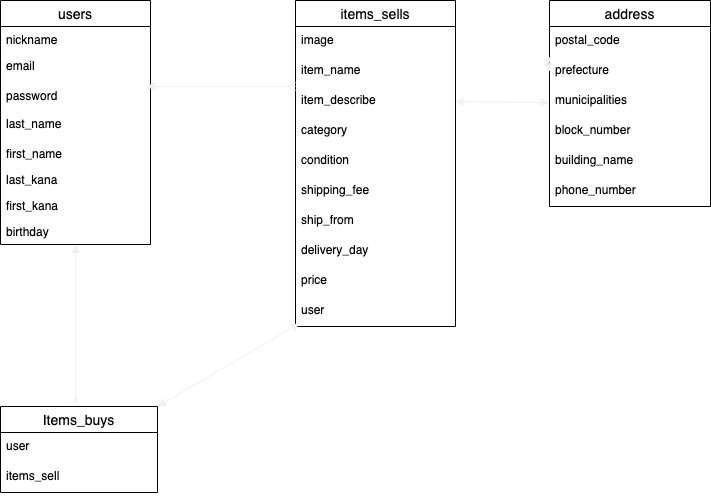
kamikazenohiro/furima-33449 keeps this draw.io diagram as ER.drawio.png. Above is the earlier version. Source tidied: cells renumbered, new cells last; positions are measured from the earlier drawing's top-left corner, leaving out a move shared by most shapes.
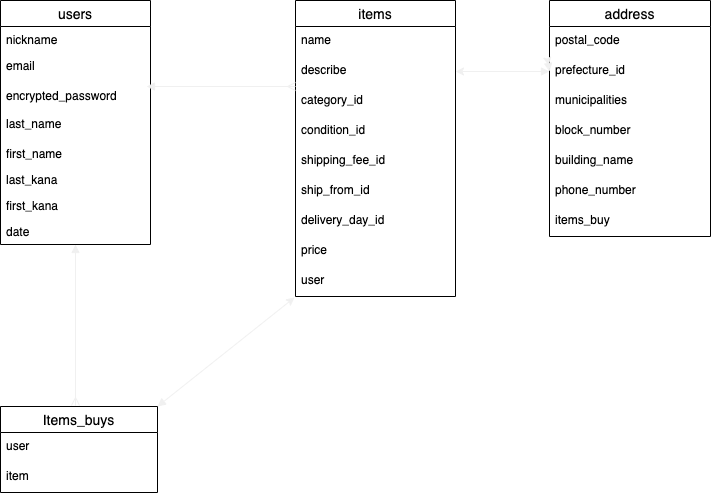
After the commit.

Commit message:
データベース設計 修正その１

Change to the diagram source:
```diff
@@ -16,7 +16,7 @@
     <mxCell id="5" value="email" style="text;strokeColor=none;fillColor=none;spacingLeft=4;spacingRight=4;overflow=hidden;fontSize=12;" parent="3" vertex="1">
       <mxGeometry y="52" width="150" height="30" as="geometry" />
     </mxCell>
-    <mxCell id="6" value="password" style="text;strokeColor=none;fillColor=none;spacingLeft=4;spacingRight=4;overflow=hidden;fontSize=12;" parent="3" vertex="1">
+    <mxCell id="6" value="encrypted_password" style="text;strokeColor=none;fillColor=none;spacingLeft=4;spacingRight=4;overflow=hidden;fontSize=12;" parent="3" vertex="1">
       <mxGeometry y="82" width="150" height="28" as="geometry" />
     </mxCell>
     <mxCell id="7" value="last_name" style="text;strokeColor=none;fillColor=none;spacingLeft=4;spacingRight=4;overflow=hidden;fontSize=12;" parent="3" vertex="1">
@@ -31,49 +31,44 @@
     <mxCell id="10" value="first_kana" style="text;strokeColor=none;fillColor=none;spacingLeft=4;spacingRight=4;overflow=hidden;fontSize=12;" parent="3" vertex="1">
       <mxGeometry y="192" width="150" height="26" as="geometry" />
     </mxCell>
-    <mxCell id="11" value="birthday" style="text;strokeColor=none;fillColor=none;spacingLeft=4;spacingRight=4;overflow=hidden;fontSize=12;" parent="3" vertex="1">
+    <mxCell id="11" value="date" style="text;strokeColor=none;fillColor=none;spacingLeft=4;spacingRight=4;overflow=hidden;fontSize=12;" parent="3" vertex="1">
       <mxGeometry y="218" width="150" height="26" as="geometry" />
     </mxCell>
-    <mxCell id="12" value="items_sells" style="swimlane;fontStyle=0;horizontal=1;startSize=26;align=center;fontSize=14;" parent="1" vertex="1">
-      <mxGeometry x="295" width="160" height="326" as="geometry" />
+    <mxCell id="12" value="items" style="swimlane;fontStyle=0;horizontal=1;startSize=26;align=center;fontSize=14;" parent="1" vertex="1">
+      <mxGeometry x="295" width="160" height="296" as="geometry" />
     </mxCell>
-    <mxCell id="13" value="image" style="text;strokeColor=none;fillColor=none;spacingLeft=4;spacingRight=4;overflow=hidden;fontSize=12;" parent="12" vertex="1">
-      <mxGeometry y="26" width="160" height="30" as="geometry" />
-    </mxCell>
-    <mxCell id="14" value="item_name" style="text;strokeColor=none;fillColor=none;spacingLeft=4;spacingRight=4;overflow=hidden;fontSize=12;" parent="12" vertex="1">
-      <mxGeometry y="56" width="160" height="30" as="geometry" />
+    <mxCell id="14" value="name" style="text;strokeColor=none;fillColor=none;spacingLeft=4;spacingRight=4;overflow=hidden;fontSize=12;" parent="12" vertex="1">
+      <mxGeometry y="26" width="160" height="30" as="geometry" />
     </mxCell>
-    <mxCell id="15" value="item_describe" style="text;strokeColor=none;fillColor=none;spacingLeft=4;spacingRight=4;overflow=hidden;points=[[0,0.5],[1,0.5]];portConstraint=eastwest;fontSize=12;" parent="12" vertex="1">
-      <mxGeometry y="86" width="160" height="30" as="geometry" />
+    <mxCell id="15" value="describe" style="text;strokeColor=none;fillColor=none;spacingLeft=4;spacingRight=4;overflow=hidden;points=[[0,0.5],[1,0.5]];portConstraint=eastwest;fontSize=12;" parent="12" vertex="1">
+      <mxGeometry y="56" width="160" height="30" as="geometry" />
     </mxCell>
-    <mxCell id="16" value="category" style="text;strokeColor=none;fillColor=none;spacingLeft=4;spacingRight=4;overflow=hidden;fontSize=12;" parent="12" vertex="1">
-      <mxGeometry y="116" width="160" height="30" as="geometry" />
+    <mxCell id="16" value="category_id" style="text;strokeColor=none;fillColor=none;spacingLeft=4;spacingRight=4;overflow=hidden;fontSize=12;" parent="12" vertex="1">
+      <mxGeometry y="86" width="160" height="30" as="geometry" />
     </mxCell>
-    <mxCell id="17" value="condition" style="text;strokeColor=none;fillColor=none;spacingLeft=4;spacingRight=4;overflow=hidden;fontSize=12;" parent="12" vertex="1">
-      <mxGeometry y="146" width="160" height="30" as="geometry" />
+    <mxCell id="17" value="condition_id" style="text;strokeColor=none;fillColor=none;spacingLeft=4;spacingRight=4;overflow=hidden;fontSize=12;" parent="12" vertex="1">
+      <mxGeometry y="116" width="160" height="30" as="geometry" />
     </mxCell>
-    <mxCell id="18" value="shipping_fee" style="text;strokeColor=none;fillColor=none;spacingLeft=4;spacingRight=4;overflow=hidden;fontSize=12;" parent="12" vertex="1">
-      <mxGeometry y="176" width="160" height="30" as="geometry" />
+    <mxCell id="18" value="shipping_fee_id" style="text;strokeColor=none;fillColor=none;spacingLeft=4;spacingRight=4;overflow=hidden;fontSize=12;" parent="12" vertex="1">
+      <mxGeometry y="146" width="160" height="30" as="geometry" />
     </mxCell>
-    <mxCell id="19" value="ship_from" style="text;strokeColor=none;fillColor=none;spacingLeft=4;spacingRight=4;overflow=hidden;fontSize=12;" parent="12" vertex="1">
-      <mxGeometry y="206" width="160" height="30" as="geometry" />
+    <mxCell id="19" value="ship_from_id" style="text;strokeColor=none;fillColor=none;spacingLeft=4;spacingRight=4;overflow=hidden;fontSize=12;" parent="12" vertex="1">
+      <mxGeometry y="176" width="160" height="30" as="geometry" />
     </mxCell>
-    <mxCell id="20" value="delivery_day" style="text;strokeColor=none;fillColor=none;spacingLeft=4;spacingRight=4;overflow=hidden;fontSize=12;" parent="12" vertex="1">
-      <mxGeometry y="236" width="160" height="30" as="geometry" />
+    <mxCell id="20" value="delivery_day_id" style="text;strokeColor=none;fillColor=none;spacingLeft=4;spacingRight=4;overflow=hidden;fontSize=12;" parent="12" vertex="1">
+      <mxGeometry y="206" width="160" height="30" as="geometry" />
     </mxCell>
     <mxCell id="21" value="price" style="text;strokeColor=none;fillColor=none;spacingLeft=4;spacingRight=4;overflow=hidden;fontSize=12;" parent="12" vertex="1">
-      <mxGeometry y="266" width="160" height="30" as="geometry" />
+      <mxGeometry y="236" width="160" height="30" as="geometry" />
     </mxCell>
     <mxCell id="22" style="edgeStyle=none;rounded=0;jettySize=auto;html=1;entryX=0;entryY=1;entryDx=0;entryDy=0;startArrow=block;endArrow=classic;endFill=1;strokeColor=#f0f0f0;strokeWidth=1;" parent="12" edge="1" source="23" target="12">
       <mxGeometry relative="1" as="geometry" />
     </mxCell>
     <mxCell id="23" value="user" style="text;strokeColor=none;fillColor=none;spacingLeft=4;spacingRight=4;overflow=hidden;points=[[0,0.5],[1,0.5]];portConstraint=eastwest;fontSize=12;" parent="12" vertex="1">
-      <mxGeometry y="296" width="160" height="30" as="geometry" />
+      <mxGeometry y="266" width="160" height="30" as="geometry" />
     </mxCell>
-    <mxCell id="24" style="edgeStyle=none;rounded=0;jettySize=auto;html=1;exitX=1;exitY=0;exitDx=0;exitDy=0;startArrow=block;endArrow=classic;endFill=1;strokeColor=#f0f0f0;strokeWidth=1;" parent="1" edge="1" source="25">
-      <mxGeometry relative="1" as="geometry">
-        <mxPoint x="299" y="323" as="targetPoint" />
-      </mxGeometry>
+    <mxCell id="24" style="edgeStyle=none;rounded=0;jettySize=auto;html=1;exitX=1;exitY=0;exitDx=0;exitDy=0;startArrow=block;endArrow=classic;endFill=1;strokeColor=#f0f0f0;strokeWidth=1;entryX=-0.006;entryY=1.033;entryDx=0;entryDy=0;entryPerimeter=0;" parent="1" edge="1" source="25" target="23">
+      <mxGeometry relative="1" as="geometry" />
     </mxCell>
     <mxCell id="25" value="Items_buys" style="swimlane;fontStyle=0;horizontal=1;startSize=26;align=center;fontSize=14;" parent="1" vertex="1">
       <mxGeometry y="406" width="157" height="86" as="geometry" />
@@ -81,19 +76,19 @@
     <mxCell id="26" value="user" style="text;strokeColor=none;fillColor=none;spacingLeft=4;spacingRight=4;overflow=hidden;fontSize=12;" parent="25" vertex="1">
       <mxGeometry y="26" width="157" height="30" as="geometry" />
     </mxCell>
-    <mxCell id="27" value="items_sell" style="text;strokeColor=none;fillColor=none;spacingLeft=4;spacingRight=4;overflow=hidden;fontSize=12;" parent="25" vertex="1">
+    <mxCell id="27" value="item" style="text;strokeColor=none;fillColor=none;spacingLeft=4;spacingRight=4;overflow=hidden;fontSize=12;" parent="25" vertex="1">
       <mxGeometry y="56" width="157" height="30" as="geometry" />
     </mxCell>
-    <mxCell id="28" style="edgeStyle=none;rounded=0;jettySize=auto;html=1;entryX=1;entryY=0.5;entryDx=0;entryDy=0;startArrow=block;endArrow=classic;endFill=1;strokeColor=#f0f0f0;strokeWidth=1;" parent="1" edge="1" source="29" target="15">
+    <mxCell id="28" style="edgeStyle=none;rounded=0;jettySize=auto;html=1;entryX=1;entryY=0.5;entryDx=0;entryDy=0;startArrow=block;endArrow=classic;endFill=1;strokeColor=#f0f0f0;strokeWidth=1;exitX=0;exitY=0.5;exitDx=0;exitDy=0;" parent="1" edge="1" source="31" target="15">
       <mxGeometry relative="1" as="geometry" />
     </mxCell>
     <mxCell id="29" value="address" style="swimlane;fontStyle=0;horizontal=1;startSize=26;align=center;fontSize=14;" parent="1" vertex="1">
-      <mxGeometry x="549" width="161" height="206" as="geometry" />
+      <mxGeometry x="549" width="161" height="236" as="geometry" />
     </mxCell>
     <mxCell id="30" value="postal_code" style="text;strokeColor=none;fillColor=none;spacingLeft=4;spacingRight=4;overflow=hidden;fontSize=12;" parent="29" vertex="1">
       <mxGeometry y="26" width="161" height="30" as="geometry" />
     </mxCell>
-    <mxCell id="31" value="prefecture" style="text;strokeColor=none;fillColor=none;spacingLeft=4;spacingRight=4;overflow=hidden;points=[[0,0.5],[1,0.5]];portConstraint=eastwest;fontSize=12;" parent="29" vertex="1">
+    <mxCell id="31" value="prefecture_id" style="text;strokeColor=none;fillColor=none;spacingLeft=4;spacingRight=4;overflow=hidden;points=[[0,0.5],[1,0.5]];portConstraint=eastwest;fontSize=12;" parent="29" vertex="1">
       <mxGeometry y="56" width="161" height="30" as="geometry" />
     </mxCell>
     <mxCell id="32" value="municipalities" style="text;strokeColor=none;fillColor=none;spacingLeft=4;spacingRight=4;overflow=hidden;fontSize=12;" parent="29" vertex="1">
@@ -111,6 +106,9 @@
     <mxCell id="36" value="phone_number" style="text;strokeColor=none;fillColor=none;spacingLeft=4;spacingRight=4;overflow=hidden;fontSize=12;" parent="29" vertex="1">
       <mxGeometry y="176" width="161" height="30" as="geometry" />
     </mxCell>
+    <mxCell id="38" value="items_buy" style="text;strokeColor=none;fillColor=none;spacingLeft=4;spacingRight=4;overflow=hidden;fontSize=12;" parent="29" vertex="1">
+      <mxGeometry y="206" width="161" height="30" as="geometry" />
+    </mxCell>
     <mxCell id="37" style="edgeStyle=none;rounded=0;orthogonalLoop=1;jettySize=auto;html=1;endArrow=ERmany;endFill=0;strokeColor=#f0f0f0;strokeWidth=1;startArrow=block;" parent="1" edge="1">
       <mxGeometry relative="1" as="geometry">
         <mxPoint x="146" y="86" as="sourcePoint" />
```
